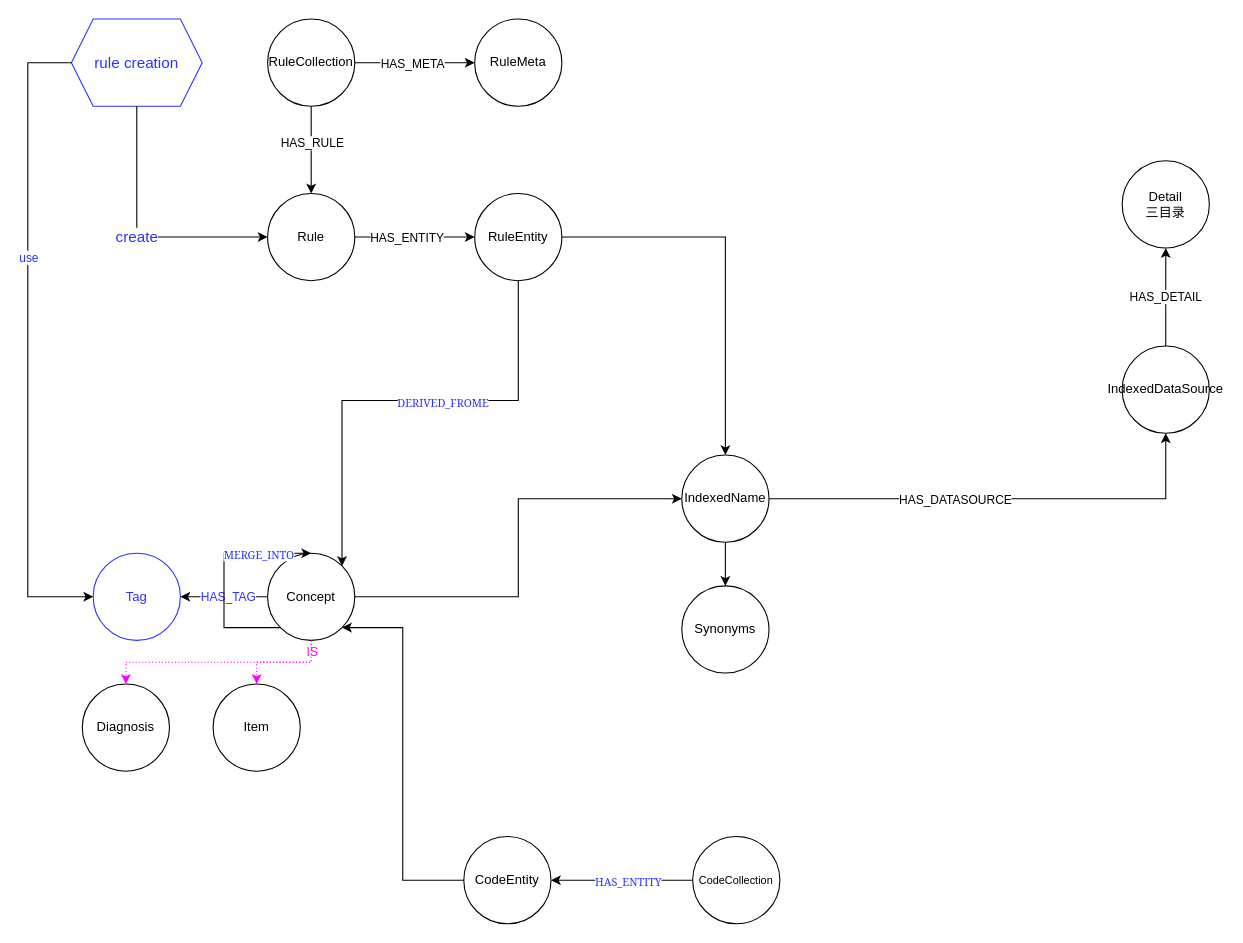
Above: page "topology" (2 of 2) of elverse-neo4j-topology.drawio in XiaoLiuAI/diagrams (draw.io), before the change. Source tidied: cells renumbered, new cells numbered last; positions are measured from the earlier drawing's top-left corner, leaving out a move shared by most shapes. Both pictures are drawn from the tidied source at 109%, with x=0, y=0 at pixel (27, 19).
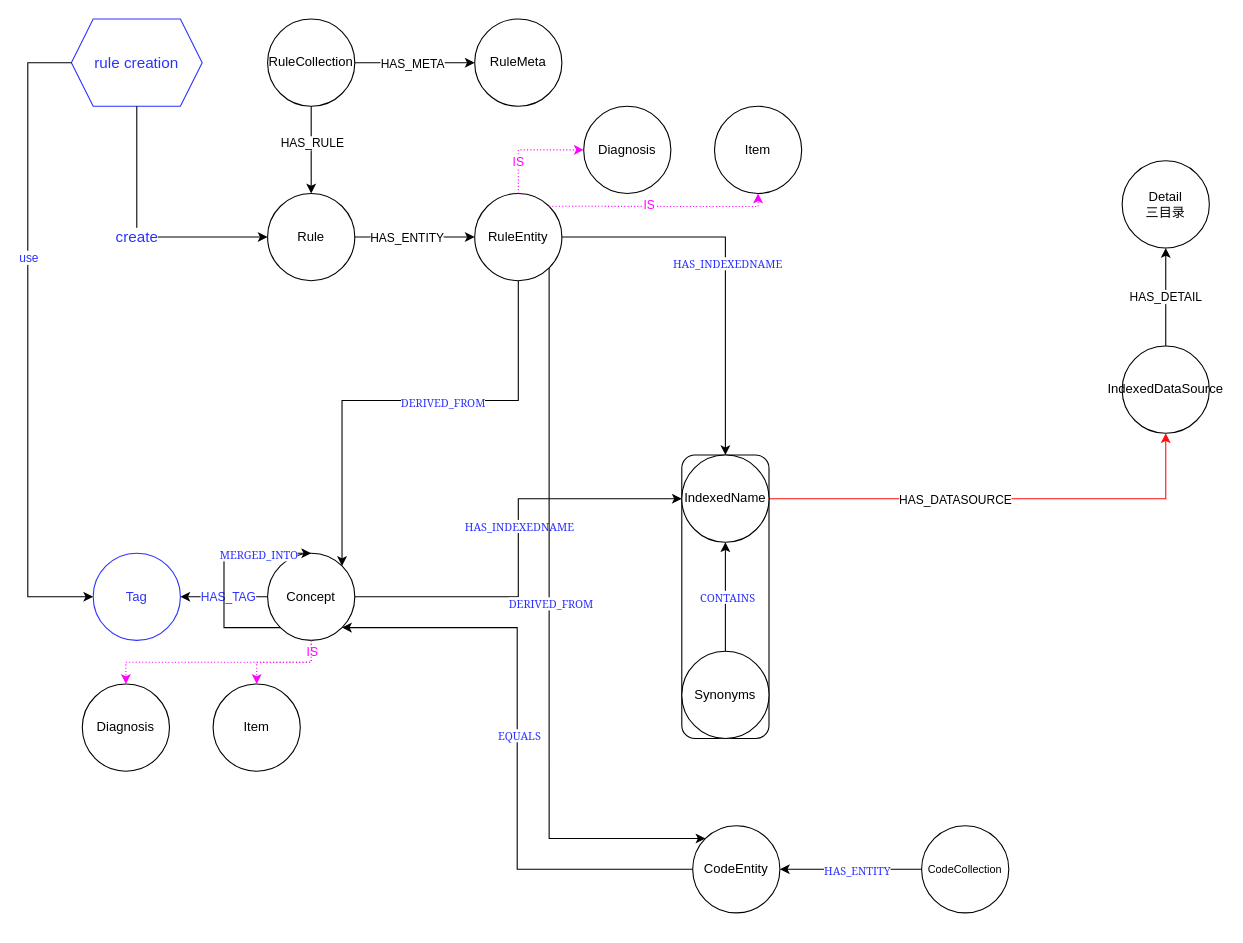
The same page after the edit.

Unchanged cells that the change refers to:
```xml
<mxCell id="10" style="edgeStyle=segmentEdgeStyle;endArrow=classic;html=1;rounded=0;exitX=1;exitY=0.5;exitDx=0;exitDy=0;entryX=0;entryY=0.5;entryDx=0;entryDy=0;" parent="1" edge="1" source="2" target="31">
  <mxGeometry relative="1" as="geometry">
    <Array as="points">
      <mxPoint x="450" y="530" />
      <mxPoint x="450" y="440" />
    </Array>
  </mxGeometry>
</mxCell>
<mxCell id="15" value="IndexedDataSource" style="ellipse;whiteSpace=wrap;html=1;" parent="1" vertex="1">
  <mxGeometry x="1004" y="300" width="80" height="80" as="geometry" />
</mxCell>
<mxCell id="34" style="edgeStyle=elbowEdgeStyle;elbow=horizontal;endArrow=classic;html=1;rounded=0;fontColor=#FF00FF;strokeColor=#000000;entryX=1;entryY=1;entryDx=0;entryDy=0;exitX=0;exitY=0.5;exitDx=0;exitDy=0;" parent="1" edge="1" source="37" target="2">
  <mxGeometry relative="1" as="geometry" />
</mxCell>
<mxCell id="37" value="CodeEntity" style="ellipse;whiteSpace=wrap;html=1;" parent="35" vertex="1">
  <mxGeometry width="80" height="80" as="geometry" />
</mxCell>
<mxCell id="40" value="RuleEntity" style="ellipse;whiteSpace=wrap;html=1;" parent="1" vertex="1">
  <mxGeometry x="410" y="160" width="80" height="80" as="geometry" />
</mxCell>
<mxCell id="41" style="edgeStyle=elbowEdgeStyle;elbow=vertical;endArrow=classic;html=1;rounded=0;fontFamily=Georgia;fontSize=10;fontColor=#2B32FF;strokeColor=#000000;exitX=0.5;exitY=1;exitDx=0;exitDy=0;entryX=1;entryY=0;entryDx=0;entryDy=0;" parent="1" edge="1" source="40" target="2">
  <mxGeometry relative="1" as="geometry">
    <Array as="points">
      <mxPoint x="350" y="350" />
    </Array>
  </mxGeometry>
</mxCell>
<mxCell id="43" style="edgeStyle=segmentEdgeStyle;endArrow=classic;html=1;rounded=0;fontFamily=Georgia;fontSize=10;fontColor=#2B32FF;strokeColor=#000000;exitX=1;exitY=0.5;exitDx=0;exitDy=0;entryX=0.5;entryY=0;entryDx=0;entryDy=0;" parent="1" edge="1" source="40" target="31">
  <mxGeometry relative="1" as="geometry" />
</mxCell>
<mxCell id="44" style="edgeStyle=elbowEdgeStyle;elbow=horizontal;endArrow=classic;html=1;rounded=0;fontFamily=Georgia;fontSize=10;fontColor=#2B32FF;strokeColor=#000000;exitX=0;exitY=1;exitDx=0;exitDy=0;entryX=0.5;entryY=0;entryDx=0;entryDy=0;" parent="1" edge="1" source="2" target="2">
  <mxGeometry relative="1" as="geometry">
    <Array as="points">
      <mxPoint x="180" y="440" />
      <mxPoint x="180" y="550" />
      <mxPoint x="180" y="490" />
    </Array>
  </mxGeometry>
</mxCell>
```

Change to the diagram source:
```diff
@@
+    <mxCell id="46" value="HAS_INDEXEDNAME" style="edgeLabel;html=1;align=center;verticalAlign=middle;fontSize=10;fontFamily=Georgia;fontColor=#2B32FF;" parent="10" vertex="1">
+      <mxGeometry x="0.11" relative="1" as="geometry" />
+    </mxCell>
@@
-    <mxCell id="16" style="edgeStyle=segmentEdgeStyle;endArrow=classic;html=1;rounded=0;exitX=1;exitY=0.5;exitDx=0;exitDy=0;entryX=0.5;entryY=1;entryDx=0;entryDy=0;" parent="1" edge="1" source="31" target="15">
+    <mxCell id="16" style="edgeStyle=segmentEdgeStyle;endArrow=classic;html=1;rounded=0;exitX=1;exitY=0.5;exitDx=0;exitDy=0;entryX=0.5;entryY=1;entryDx=0;entryDy=0;strokeColor=#FF0D0D;" parent="1" edge="1" source="31" target="15">
       <mxGeometry relative="1" as="geometry" />
     </mxCell>
@@
-    <mxCell id="30" style="group;" parent="1" vertex="1">
-      <mxGeometry x="600" y="400" width="80" height="200" as="geometry" />
-    </mxCell>
-    <mxCell id="31" value="IndexedName" style="ellipse;whiteSpace=wrap;html=1;" parent="30" vertex="1">
-      <mxGeometry width="80" height="80" as="geometry" />
-    </mxCell>
-    <mxCell id="32" value="Synonyms" style="ellipse;whiteSpace=wrap;html=1;" parent="30" vertex="1">
-      <mxGeometry y="120" width="80" height="80" as="geometry" />
-    </mxCell>
-    <mxCell id="33" style="endArrow=classic;html=1;rounded=0;entryX=0.5;entryY=0;entryDx=0;entryDy=0;exitX=0.5;exitY=1;exitDx=0;exitDy=0;" parent="30" edge="1" source="31" target="32">
-      <mxGeometry relative="1" as="geometry" />
-    </mxCell>
@@
+    <mxCell id="47" value="EQUALS" style="edgeLabel;html=1;align=center;verticalAlign=middle;fontSize=10;fontFamily=Georgia;fontColor=#2B32FF;" parent="34" vertex="1">
+      <mxGeometry x="0.05" y="-1" relative="1" as="geometry" />
+    </mxCell>
     <mxCell id="35" style="group;" parent="1" vertex="1">
-      <mxGeometry x="400" y="750" width="290" height="80" as="geometry" />
+      <mxGeometry x="610" y="740" width="290" height="80" as="geometry" />
     </mxCell>
@@
-    <mxCell id="42" value="DERIVED_FROME" style="edgeLabel;html=1;align=center;verticalAlign=middle;fontSize=10;fontFamily=Georgia;fontColor=#2B32FF;" parent="41" vertex="1">
+    <mxCell id="42" value="DERIVED_FROM" style="edgeLabel;html=1;align=center;verticalAlign=middle;fontSize=10;fontFamily=Georgia;fontColor=#2B32FF;" parent="41" vertex="1">
       <mxGeometry x="-0.15" relative="1" as="geometry" />
     </mxCell>
@@
+    <mxCell id="48" value="HAS_INDEXEDNAME" style="edgeLabel;html=1;align=center;verticalAlign=middle;fontSize=10;fontFamily=Georgia;fontColor=#2B32FF;" parent="43" vertex="1">
+      <mxGeometry x="-0.01" y="1" relative="1" as="geometry" />
+    </mxCell>
@@
-    <mxCell id="45" value="MERGE_INTO" style="edgeLabel;html=1;align=center;verticalAlign=middle;fontSize=10;fontFamily=Georgia;fontColor=#2B32FF;" parent="44" vertex="1">
+    <mxCell id="45" value="MERGED_INTO" style="edgeLabel;html=1;align=center;verticalAlign=middle;fontSize=10;fontFamily=Georgia;fontColor=#2B32FF;" parent="44" vertex="1">
       <mxGeometry x="0.51" relative="1" as="geometry" />
     </mxCell>
+    <mxCell id="49" style="group;strokeColor=default;rounded=1;shadow=0;glass=0;sketch=0;" parent="1" vertex="1">
+      <mxGeometry x="600" y="400" width="80" height="260" as="geometry" />
+    </mxCell>
+    <mxCell id="31" value="IndexedName" style="ellipse;whiteSpace=wrap;html=1;strokeColor=default;" parent="49" vertex="1">
+      <mxGeometry width="80" height="80" as="geometry" />
+    </mxCell>
+    <mxCell id="32" value="Synonyms" style="ellipse;whiteSpace=wrap;html=1;strokeColor=default;" parent="49" vertex="1">
+      <mxGeometry y="180" width="80" height="80" as="geometry" />
+    </mxCell>
+    <mxCell id="33" style="endArrow=none;html=1;rounded=0;entryX=0.5;entryY=0;entryDx=0;entryDy=0;exitX=0.5;exitY=1;exitDx=0;exitDy=0;strokeColor=default;endFill=0;startArrow=classic;startFill=1;" parent="49" edge="1" source="31" target="32">
+      <mxGeometry relative="1" as="geometry" />
+    </mxCell>
+    <mxCell id="50" value="CONTAINS" style="edgeLabel;html=1;align=center;verticalAlign=middle;fontSize=10;fontFamily=Georgia;fontColor=#2B32FF;" parent="33" vertex="1">
+      <mxGeometry x="-0.02" y="1" relative="1" as="geometry" />
+    </mxCell>
+    <mxCell id="51" style="edgeStyle=segmentEdgeStyle;endArrow=none;html=1;rounded=0;fontFamily=Georgia;fontSize=10;fontColor=#2B32FF;strokeColor=#000000;exitX=0;exitY=0;exitDx=0;exitDy=0;entryX=1;entryY=1;entryDx=0;entryDy=0;startArrow=classic;startFill=1;endFill=0;" parent="1" edge="1" source="37" target="40">
+      <mxGeometry relative="1" as="geometry">
+        <Array as="points">
+          <mxPoint x="478" y="752" />
+        </Array>
+      </mxGeometry>
+    </mxCell>
+    <mxCell id="52" value="DERIVED_FROM" style="edgeLabel;html=1;align=center;verticalAlign=middle;fontSize=10;fontFamily=Georgia;fontColor=#2B32FF;" parent="51" vertex="1">
+      <mxGeometry x="0.08" y="-1" relative="1" as="geometry" />
+    </mxCell>
+    <mxCell id="53" value="Diagnosis" style="ellipse;whiteSpace=wrap;html=1;" parent="1" vertex="1">
+      <mxGeometry x="510" y="80" width="80" height="80" as="geometry" />
+    </mxCell>
+    <mxCell id="54" value="Item" style="ellipse;whiteSpace=wrap;html=1;" parent="1" vertex="1">
+      <mxGeometry x="630" y="80" width="80" height="80" as="geometry" />
+    </mxCell>
+    <mxCell id="55" style="edgeStyle=elbowEdgeStyle;elbow=vertical;endArrow=classic;html=1;rounded=0;fontColor=#2B32FF;exitX=1;exitY=0;exitDx=0;exitDy=0;dashed=1;dashPattern=1 2;strokeColor=#FF00FF;entryX=0.5;entryY=1;entryDx=0;entryDy=0;" parent="1" edge="1" source="40" target="54">
+      <mxGeometry relative="1" as="geometry">
+        <Array as="points">
+          <mxPoint x="580" y="172" />
+        </Array>
+      </mxGeometry>
+    </mxCell>
+    <mxCell id="56" value="&lt;font color=&quot;#ff00ff&quot;&gt;IS&lt;/font&gt;" style="edgeLabel;html=1;align=center;verticalAlign=middle;fontColor=#2B32FF;" parent="55" vertex="1">
+      <mxGeometry x="0.13" y="-1" relative="1" as="geometry">
+        <mxPoint x="-24" y="-3" as="offset" />
+      </mxGeometry>
+    </mxCell>
+    <mxCell id="57" style="edgeStyle=elbowEdgeStyle;elbow=vertical;endArrow=classic;html=1;rounded=0;fontColor=#2B32FF;dashed=1;dashPattern=1 2;strokeColor=#FF00FF;entryX=0;entryY=0.5;entryDx=0;entryDy=0;exitX=0.5;exitY=0;exitDx=0;exitDy=0;" parent="1" edge="1" source="40" target="53">
+      <mxGeometry relative="1" as="geometry">
+        <Array as="points">
+          <mxPoint x="470" y="120" />
+        </Array>
+      </mxGeometry>
+    </mxCell>
+    <mxCell id="58" value="&lt;font color=&quot;#ff00ff&quot;&gt;IS&lt;/font&gt;" style="edgeLabel;html=1;align=center;verticalAlign=middle;fontColor=#2B32FF;" parent="1" vertex="1">
+      <mxGeometry x="580" y="180" as="geometry">
+        <mxPoint x="-131" y="-50" as="offset" />
+      </mxGeometry>
+    </mxCell>
```
